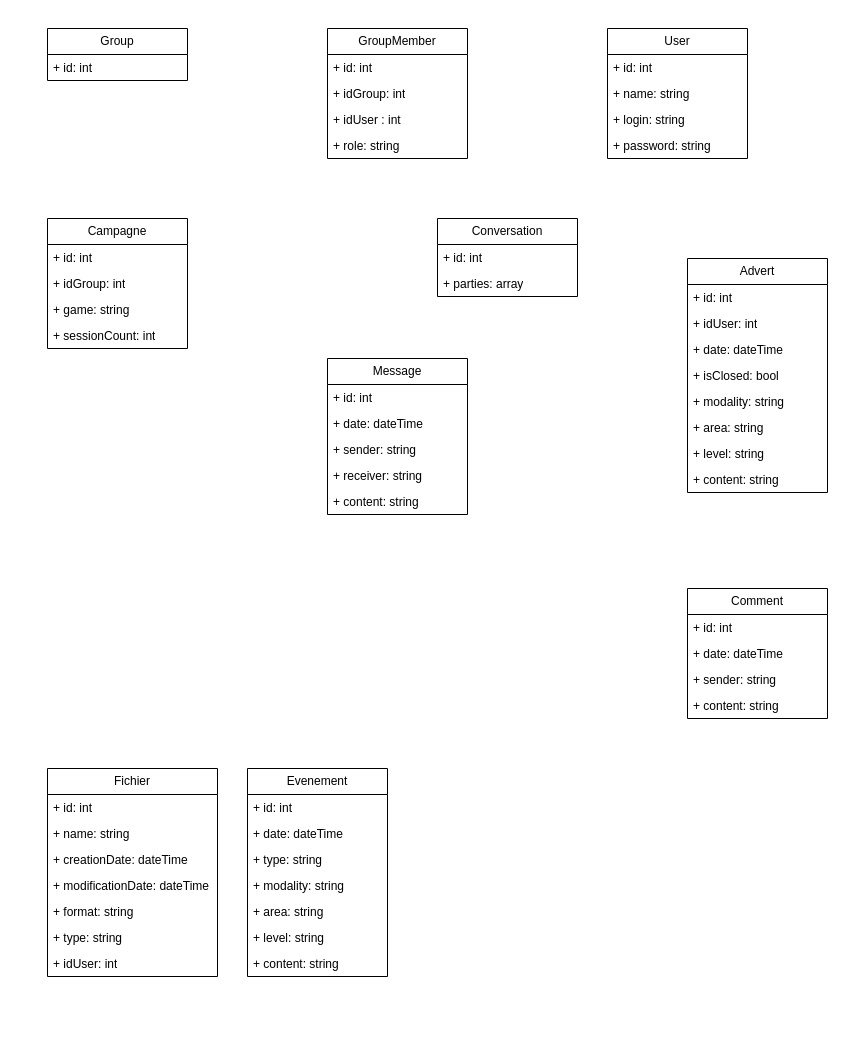
Above: page "MCD" (1 of 3) of Documentation/Diagrames.drawio in ThreeLeggedDuckling/I3WAD_SymfonyProject (draw.io), before the change. Source tidied: cells renumbered, new cells numbered last; positions are measured from the earlier drawing's top-left corner, leaving out a move shared by most shapes. Both pictures are drawn from the tidied source at 100%, with x=0, y=0 at pixel (47, 28).
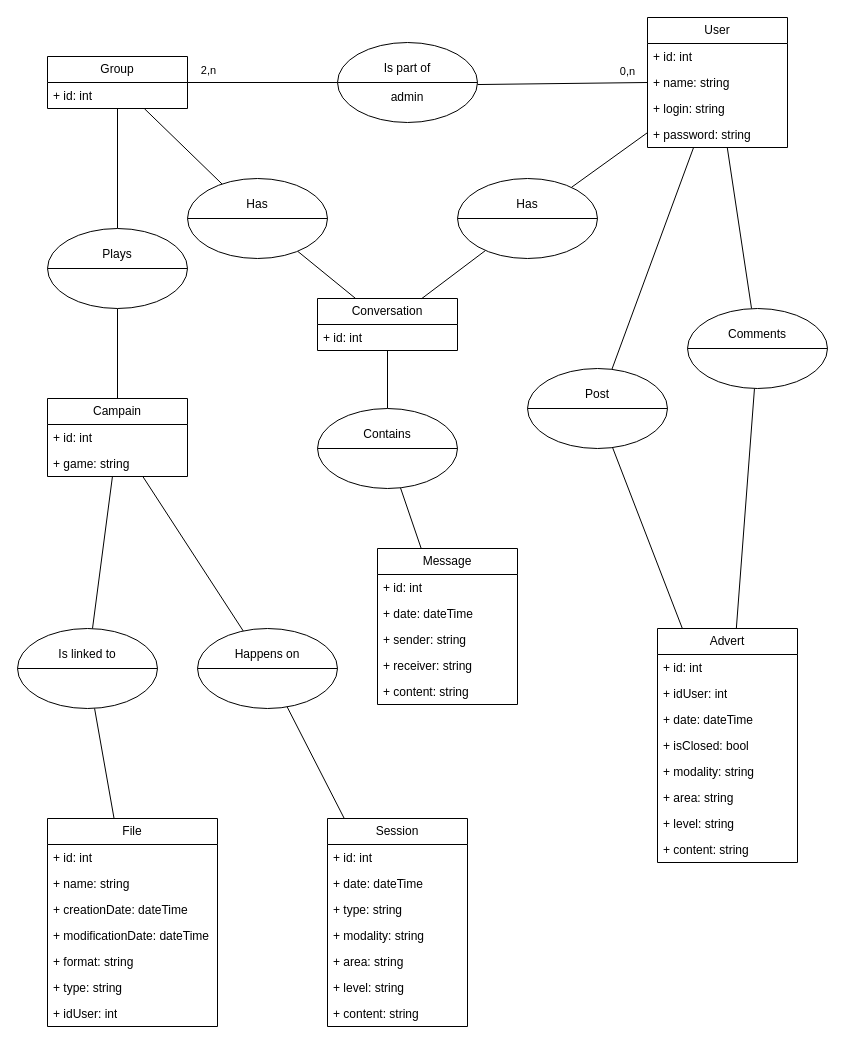
Above is the later version.

Change to the diagram source:
```diff
@@
     <mxCell id="2" value="User" style="swimlane;fontStyle=0;horizontal=1;startSize=26;fillColor=none;whiteSpace=wrap;html=1;" parent="1" vertex="1">
-      <mxGeometry x="560" width="140" height="130" as="geometry" />
+      <mxGeometry x="600" y="-11" width="140" height="130" as="geometry" />
     </mxCell>
@@
     <mxCell id="7" value="Group" style="swimlane;fontStyle=0;horizontal=1;startSize=26;fillColor=none;whiteSpace=wrap;html=1;" parent="1" vertex="1">
-      <mxGeometry width="140" height="52" as="geometry" />
+      <mxGeometry y="28" width="140" height="52" as="geometry" />
     </mxCell>
@@
     <mxCell id="9" value="Advert" style="swimlane;fontStyle=0;horizontal=1;startSize=26;fillColor=none;whiteSpace=wrap;html=1;" parent="1" vertex="1">
-      <mxGeometry x="640" y="230" width="140" height="234" as="geometry" />
+      <mxGeometry x="610" y="600" width="140" height="234" as="geometry" />
     </mxCell>
@@
-    <mxCell id="18" value="GroupMember" style="swimlane;fontStyle=0;horizontal=1;startSize=26;fillColor=none;whiteSpace=wrap;html=1;" parent="1" vertex="1">
-      <mxGeometry x="280" width="140" height="130" as="geometry" />
-    </mxCell>
-    <mxCell id="19" value="+ id: int" style="text;strokeColor=none;fillColor=none;align=left;verticalAlign=top;spacingLeft=4;spacingRight=4;overflow=hidden;whiteSpace=wrap;html=1;" parent="18" vertex="1">
-      <mxGeometry y="26" width="140" height="26" as="geometry" />
-    </mxCell>
-    <mxCell id="20" value="+ idGroup: int" style="text;strokeColor=none;fillColor=none;align=left;verticalAlign=top;spacingLeft=4;spacingRight=4;overflow=hidden;whiteSpace=wrap;html=1;" parent="18" vertex="1">
-      <mxGeometry y="52" width="140" height="26" as="geometry" />
-    </mxCell>
-    <mxCell id="21" value="+ idUser : int" style="text;strokeColor=none;fillColor=none;align=left;verticalAlign=top;spacingLeft=4;spacingRight=4;overflow=hidden;whiteSpace=wrap;html=1;" parent="18" vertex="1">
-      <mxGeometry y="78" width="140" height="26" as="geometry" />
-    </mxCell>
-    <mxCell id="22" value="+ role: string" style="text;strokeColor=none;fillColor=none;align=left;verticalAlign=top;spacingLeft=4;spacingRight=4;overflow=hidden;whiteSpace=wrap;html=1;" parent="18" vertex="1">
-      <mxGeometry y="104" width="140" height="26" as="geometry" />
-    </mxCell>
     <mxCell id="23" value="Conversation" style="swimlane;fontStyle=0;horizontal=1;startSize=26;fillColor=none;whiteSpace=wrap;html=1;" parent="1" vertex="1">
-      <mxGeometry x="390" y="190" width="140" height="78" as="geometry" />
+      <mxGeometry x="270" y="270" width="140" height="52" as="geometry" />
     </mxCell>
@@
-    <mxCell id="25" value="+ parties: array" style="text;strokeColor=none;fillColor=none;align=left;verticalAlign=top;spacingLeft=4;spacingRight=4;overflow=hidden;whiteSpace=wrap;html=1;" parent="23" vertex="1">
-      <mxGeometry y="52" width="140" height="26" as="geometry" />
-    </mxCell>
     <mxCell id="26" value="Message" style="swimlane;fontStyle=0;horizontal=1;startSize=26;fillColor=none;whiteSpace=wrap;html=1;" parent="1" vertex="1">
-      <mxGeometry x="280" y="330" width="140" height="156" as="geometry" />
+      <mxGeometry x="330" y="520" width="140" height="156" as="geometry" />
     </mxCell>
@@
-    <mxCell id="32" value="Campagne" style="swimlane;fontStyle=0;horizontal=1;startSize=26;fillColor=none;whiteSpace=wrap;html=1;" parent="1" vertex="1">
-      <mxGeometry y="190" width="140" height="130" as="geometry" />
+    <mxCell id="32" value="Campain" style="swimlane;fontStyle=0;horizontal=1;startSize=26;fillColor=none;whiteSpace=wrap;html=1;" parent="1" vertex="1">
+      <mxGeometry y="370" width="140" height="78" as="geometry" />
     </mxCell>
@@
-    <mxCell id="34" value="+ idGroup: int" style="text;strokeColor=none;fillColor=none;align=left;verticalAlign=top;spacingLeft=4;spacingRight=4;overflow=hidden;whiteSpace=wrap;html=1;" parent="32" vertex="1">
-      <mxGeometry y="52" width="140" height="26" as="geometry" />
-    </mxCell>
     <mxCell id="35" value="+ game: string" style="text;strokeColor=none;fillColor=none;align=left;verticalAlign=top;spacingLeft=4;spacingRight=4;overflow=hidden;whiteSpace=wrap;html=1;" parent="32" vertex="1">
-      <mxGeometry y="78" width="140" height="26" as="geometry" />
+      <mxGeometry y="52" width="140" height="26" as="geometry" />
     </mxCell>
-    <mxCell id="36" value="+ sessionCount: int" style="text;strokeColor=none;fillColor=none;align=left;verticalAlign=top;spacingLeft=4;spacingRight=4;overflow=hidden;whiteSpace=wrap;html=1;" parent="32" vertex="1">
-      <mxGeometry y="104" width="140" height="26" as="geometry" />
-    </mxCell>
-    <mxCell id="37" value="Comment" style="swimlane;fontStyle=0;horizontal=1;startSize=26;fillColor=none;whiteSpace=wrap;html=1;" parent="1" vertex="1">
-      <mxGeometry x="640" y="560" width="140" height="130" as="geometry" />
-    </mxCell>
-    <mxCell id="38" value="+ id: int" style="text;strokeColor=none;fillColor=none;align=left;verticalAlign=top;spacingLeft=4;spacingRight=4;overflow=hidden;whiteSpace=wrap;html=1;" parent="37" vertex="1">
-      <mxGeometry y="26" width="140" height="26" as="geometry" />
-    </mxCell>
-    <mxCell id="39" value="+ date: dateTime" style="text;strokeColor=none;fillColor=none;align=left;verticalAlign=top;spacingLeft=4;spacingRight=4;overflow=hidden;whiteSpace=wrap;html=1;" parent="37" vertex="1">
-      <mxGeometry y="52" width="140" height="26" as="geometry" />
-    </mxCell>
-    <mxCell id="40" value="+ sender: string" style="text;strokeColor=none;fillColor=none;align=left;verticalAlign=top;spacingLeft=4;spacingRight=4;overflow=hidden;whiteSpace=wrap;html=1;" parent="37" vertex="1">
-      <mxGeometry y="78" width="140" height="26" as="geometry" />
-    </mxCell>
-    <mxCell id="41" value="+ content: string" style="text;strokeColor=none;fillColor=none;align=left;verticalAlign=top;spacingLeft=4;spacingRight=4;overflow=hidden;whiteSpace=wrap;html=1;" parent="37" vertex="1">
-      <mxGeometry y="104" width="140" height="26" as="geometry" />
-    </mxCell>
-    <mxCell id="42" value="Fichier" style="swimlane;fontStyle=0;horizontal=1;startSize=26;fillColor=none;whiteSpace=wrap;html=1;" parent="1" vertex="1">
-      <mxGeometry y="740" width="170" height="208" as="geometry" />
+    <mxCell id="42" value="File" style="swimlane;fontStyle=0;horizontal=1;startSize=26;fillColor=none;whiteSpace=wrap;html=1;" parent="1" vertex="1">
+      <mxGeometry y="790" width="170" height="208" as="geometry" />
     </mxCell>
@@
-    <mxCell id="50" value="Evenement" style="swimlane;fontStyle=0;horizontal=1;startSize=26;fillColor=none;whiteSpace=wrap;html=1;" parent="1" vertex="1">
-      <mxGeometry x="200" y="740" width="140" height="208" as="geometry" />
+    <mxCell id="50" value="Session" style="swimlane;fontStyle=0;horizontal=1;startSize=26;fillColor=none;whiteSpace=wrap;html=1;" parent="1" vertex="1">
+      <mxGeometry x="280" y="790" width="140" height="208" as="geometry" />
     </mxCell>
@@
+    <mxCell id="58" style="endArrow=none;html=1;rounded=0;" parent="1" edge="1" source="81" target="7">
+      <mxGeometry relative="1" as="geometry" />
+    </mxCell>
+    <mxCell id="59" style="endArrow=none;html=1;rounded=0;" parent="1" edge="1" source="79" target="7">
+      <mxGeometry relative="1" as="geometry" />
+    </mxCell>
+    <mxCell id="60" style="endArrow=none;html=1;rounded=0;" parent="1" edge="1" source="80" target="2">
+      <mxGeometry relative="1" as="geometry" />
+    </mxCell>
+    <mxCell id="61" style="endArrow=none;html=1;rounded=0;" parent="1" edge="1" source="82" target="23">
+      <mxGeometry relative="1" as="geometry" />
+    </mxCell>
+    <mxCell id="62" style="endArrow=none;html=1;rounded=0;" parent="1" edge="1" source="83" target="2">
+      <mxGeometry relative="1" as="geometry" />
+    </mxCell>
+    <mxCell id="63" style="endArrow=none;html=1;rounded=0;" parent="1" edge="1" source="78" target="2">
+      <mxGeometry relative="1" as="geometry" />
+    </mxCell>
+    <mxCell id="64" value="0,n" style="edgeLabel;html=1;align=center;verticalAlign=middle;" parent="63" vertex="1">
+      <mxGeometry relative="1" as="geometry">
+        <mxPoint x="65" y="-13" as="offset" />
+      </mxGeometry>
+    </mxCell>
+    <mxCell id="65" style="endArrow=none;html=1;rounded=0;" parent="1" edge="1" source="7" target="78">
+      <mxGeometry relative="1" as="geometry" />
+    </mxCell>
+    <mxCell id="66" value="2,n" style="edgeLabel;html=1;align=center;verticalAlign=middle;" parent="65" vertex="1">
+      <mxGeometry y="1" relative="1" as="geometry">
+        <mxPoint x="-55" y="-12" as="offset" />
+      </mxGeometry>
+    </mxCell>
+    <mxCell id="67" style="endArrow=none;html=1;rounded=0;" parent="1" edge="1" source="23" target="79">
+      <mxGeometry relative="1" as="geometry" />
+    </mxCell>
+    <mxCell id="68" style="endArrow=none;html=1;rounded=0;" parent="1" edge="1" source="80" target="23">
+      <mxGeometry relative="1" as="geometry" />
+    </mxCell>
+    <mxCell id="69" style="endArrow=none;html=1;rounded=0;" parent="1" edge="1" source="82" target="26">
+      <mxGeometry relative="1" as="geometry" />
+    </mxCell>
+    <mxCell id="70" style="endArrow=none;html=1;rounded=0;" parent="1" edge="1" source="84" target="2">
+      <mxGeometry relative="1" as="geometry" />
+    </mxCell>
+    <mxCell id="71" style="endArrow=none;html=1;rounded=0;" parent="1" edge="1" source="9" target="83">
+      <mxGeometry relative="1" as="geometry" />
+    </mxCell>
+    <mxCell id="72" style="endArrow=none;html=1;rounded=0;" parent="1" edge="1" source="9" target="84">
+      <mxGeometry relative="1" as="geometry" />
+    </mxCell>
+    <mxCell id="73" style="endArrow=none;html=1;rounded=0;" parent="1" edge="1" source="32" target="81">
+      <mxGeometry relative="1" as="geometry" />
+    </mxCell>
+    <mxCell id="74" style="endArrow=none;html=1;rounded=0;" parent="1" edge="1" source="42" target="86">
+      <mxGeometry relative="1" as="geometry" />
+    </mxCell>
+    <mxCell id="75" style="endArrow=none;html=1;rounded=0;" parent="1" edge="1" source="50" target="85">
+      <mxGeometry relative="1" as="geometry" />
+    </mxCell>
+    <mxCell id="76" style="endArrow=none;html=1;rounded=0;" parent="1" edge="1" source="86" target="32">
+      <mxGeometry relative="1" as="geometry" />
+    </mxCell>
+    <mxCell id="77" style="endArrow=none;html=1;rounded=0;" parent="1" edge="1" source="85" target="32">
+      <mxGeometry relative="1" as="geometry" />
+    </mxCell>
+    <mxCell id="78" value="&lt;div&gt;Is part of&lt;/div&gt;&lt;div&gt;&lt;br&gt;&lt;/div&gt;&lt;div&gt;admin&lt;/div&gt;" style="shape=lineEllipse;perimeter=ellipsePerimeter;whiteSpace=wrap;html=1;backgroundOutline=1;" parent="1" vertex="1">
+      <mxGeometry x="290" y="14" width="140" height="80" as="geometry" />
+    </mxCell>
+    <mxCell id="79" value="&lt;div&gt;Has&lt;/div&gt;&lt;div&gt;&lt;br&gt;&lt;/div&gt;&lt;div&gt;&lt;br&gt;&lt;/div&gt;" style="shape=lineEllipse;perimeter=ellipsePerimeter;whiteSpace=wrap;html=1;backgroundOutline=1;" parent="1" vertex="1">
+      <mxGeometry x="140" y="150" width="140" height="80" as="geometry" />
+    </mxCell>
+    <mxCell id="80" value="&lt;div&gt;Has&lt;/div&gt;&lt;div&gt;&lt;br&gt;&lt;/div&gt;&lt;div&gt;&lt;br&gt;&lt;/div&gt;" style="shape=lineEllipse;perimeter=ellipsePerimeter;whiteSpace=wrap;html=1;backgroundOutline=1;" parent="1" vertex="1">
+      <mxGeometry x="410" y="150" width="140" height="80" as="geometry" />
+    </mxCell>
+    <mxCell id="81" value="&lt;div&gt;Plays&lt;/div&gt;&lt;div&gt;&lt;br&gt;&lt;/div&gt;&lt;div&gt;&lt;br&gt;&lt;/div&gt;" style="shape=lineEllipse;perimeter=ellipsePerimeter;whiteSpace=wrap;html=1;backgroundOutline=1;" parent="1" vertex="1">
+      <mxGeometry y="200" width="140" height="80" as="geometry" />
+    </mxCell>
+    <mxCell id="82" value="&lt;div&gt;Contains&lt;/div&gt;&lt;div&gt;&lt;br&gt;&lt;/div&gt;&lt;div&gt;&lt;br&gt;&lt;/div&gt;" style="shape=lineEllipse;perimeter=ellipsePerimeter;whiteSpace=wrap;html=1;backgroundOutline=1;" parent="1" vertex="1">
+      <mxGeometry x="270" y="380" width="140" height="80" as="geometry" />
+    </mxCell>
+    <mxCell id="83" value="&lt;div&gt;Post&lt;/div&gt;&lt;div&gt;&lt;br&gt;&lt;/div&gt;&lt;div&gt;&lt;br&gt;&lt;/div&gt;" style="shape=lineEllipse;perimeter=ellipsePerimeter;whiteSpace=wrap;html=1;backgroundOutline=1;" parent="1" vertex="1">
+      <mxGeometry x="480" y="340" width="140" height="80" as="geometry" />
+    </mxCell>
+    <mxCell id="84" value="&lt;div&gt;Comments&lt;/div&gt;&lt;div&gt;&lt;br&gt;&lt;/div&gt;&lt;div&gt;&lt;br&gt;&lt;/div&gt;" style="shape=lineEllipse;perimeter=ellipsePerimeter;whiteSpace=wrap;html=1;backgroundOutline=1;" parent="1" vertex="1">
+      <mxGeometry x="640" y="280" width="140" height="80" as="geometry" />
+    </mxCell>
+    <mxCell id="85" value="&lt;div&gt;Happens on&lt;/div&gt;&lt;div&gt;&lt;br&gt;&lt;/div&gt;&lt;div&gt;&lt;br&gt;&lt;/div&gt;" style="shape=lineEllipse;perimeter=ellipsePerimeter;whiteSpace=wrap;html=1;backgroundOutline=1;" parent="1" vertex="1">
+      <mxGeometry x="150" y="600" width="140" height="80" as="geometry" />
+    </mxCell>
+    <mxCell id="86" value="&lt;div&gt;Is linked to&lt;/div&gt;&lt;div&gt;&lt;br&gt;&lt;/div&gt;&lt;div&gt;&lt;br&gt;&lt;/div&gt;" style="shape=lineEllipse;perimeter=ellipsePerimeter;whiteSpace=wrap;html=1;backgroundOutline=1;" parent="1" vertex="1">
+      <mxGeometry x="-30" y="600" width="140" height="80" as="geometry" />
+    </mxCell>
```
